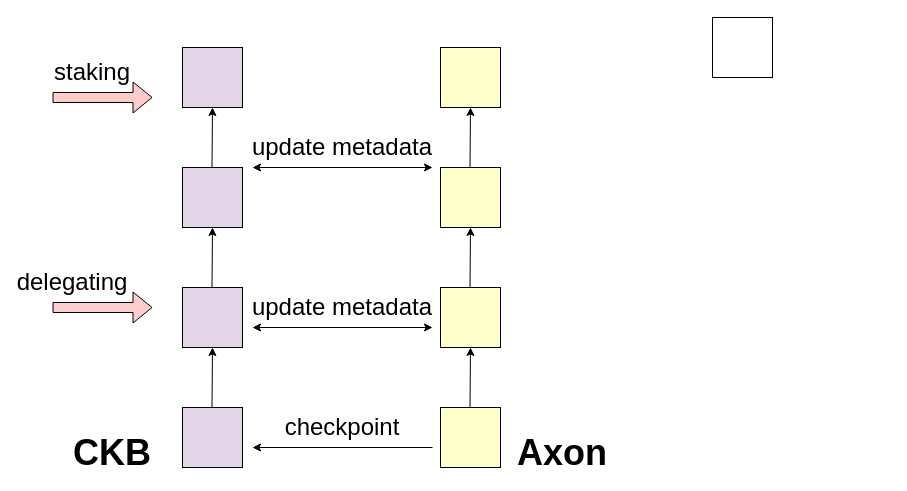
Before: election 整体过程图.drawio in hongda3141/draw.io.backup, a draw.io diagram. Source tidied: cells renumbered, new cells numbered last; positions are measured from the earlier drawing's top-left corner, leaving out a move shared by most shapes. Both pictures are drawn from the tidied source at 100%, with x=0, y=0 at pixel (22, 17).
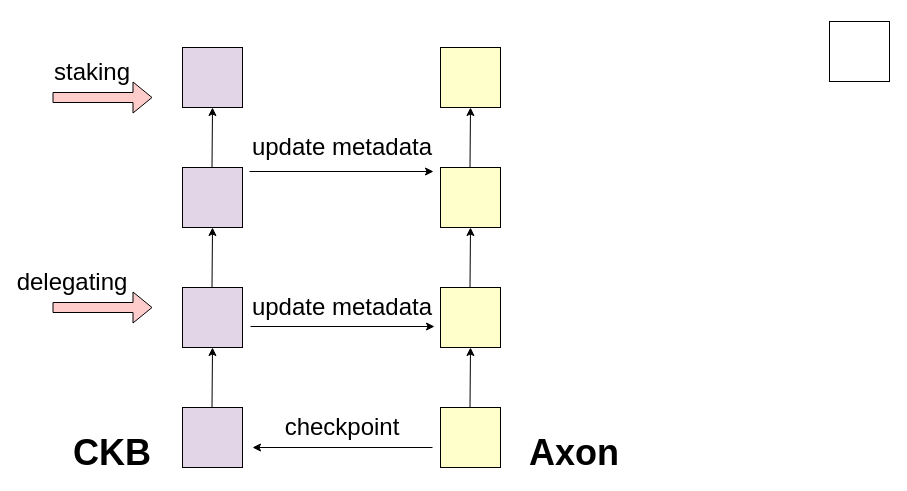
The same diagram, later.

Commit message:
更新election 整体过程图.drawio

What changed in the source:
```diff
@@
     <mxCell id="3" style="whiteSpace=wrap;html=1;" parent="1" vertex="1">
-      <mxGeometry x="690" width="60" height="60" as="geometry" />
+      <mxGeometry x="807" y="4" width="60" height="60" as="geometry" />
     </mxCell>
@@
-    <mxCell id="21" style="endArrow=classic;startArrow=classic;html=1;rounded=0;fontSize=24;" parent="1" edge="1">
-      <mxGeometry relative="1" as="geometry">
-        <mxPoint x="230" y="150" as="sourcePoint" />
-        <mxPoint x="410" y="150" as="targetPoint" />
-      </mxGeometry>
-    </mxCell>
-    <mxCell id="22" style="endArrow=classic;startArrow=classic;html=1;rounded=0;fontSize=24;" parent="1" edge="1">
-      <mxGeometry relative="1" as="geometry">
-        <mxPoint x="230" y="310" as="sourcePoint" />
-        <mxPoint x="410" y="310" as="targetPoint" />
-      </mxGeometry>
-    </mxCell>
@@
     <mxCell id="25" value="&lt;b&gt;&lt;font style=&quot;font-size: 36px;&quot;&gt;Axon&lt;/font&gt;&lt;/b&gt;" style="text;strokeColor=none;align=center;fillColor=none;html=1;verticalAlign=middle;whiteSpace=wrap;rounded=0;fontSize=24;" parent="1" vertex="1">
-      <mxGeometry x="510" y="420" width="60" height="30" as="geometry" />
+      <mxGeometry x="522" y="420" width="60" height="30" as="geometry" />
     </mxCell>
@@
+    <mxCell id="29" style="endArrow=classic;html=1;rounded=0;fontSize=24;fillColor=#FFCCCC;" parent="1" edge="1">
+      <mxGeometry relative="1" as="geometry">
+        <mxPoint x="227" y="154" as="sourcePoint" />
+        <mxPoint x="411" y="154" as="targetPoint" />
+      </mxGeometry>
+    </mxCell>
+    <mxCell id="30" style="endArrow=classic;html=1;rounded=0;fontSize=24;fillColor=#FFCCCC;" parent="1" edge="1">
+      <mxGeometry relative="1" as="geometry">
+        <mxPoint x="228" y="309" as="sourcePoint" />
+        <mxPoint x="412" y="309" as="targetPoint" />
+      </mxGeometry>
+    </mxCell>
```
